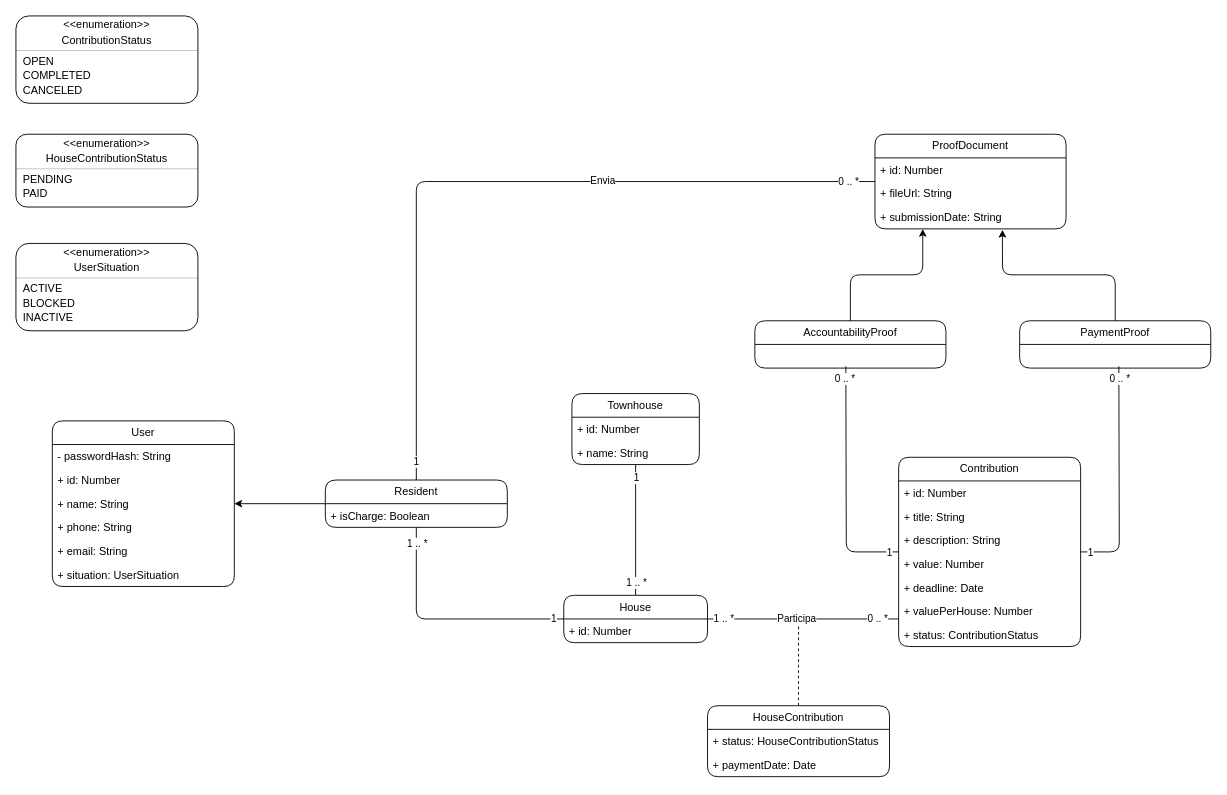
Above: docs/diagrama-de-classes.drawio in caiqueduart/project-tangerine (draw.io), before the change. Source tidied: cells renumbered, new cells numbered last; positions are measured from the earlier drawing's top-left corner, leaving out a move shared by most shapes. Both pictures are drawn from the tidied source at 91%, with x=0, y=0 at pixel (15, 15).
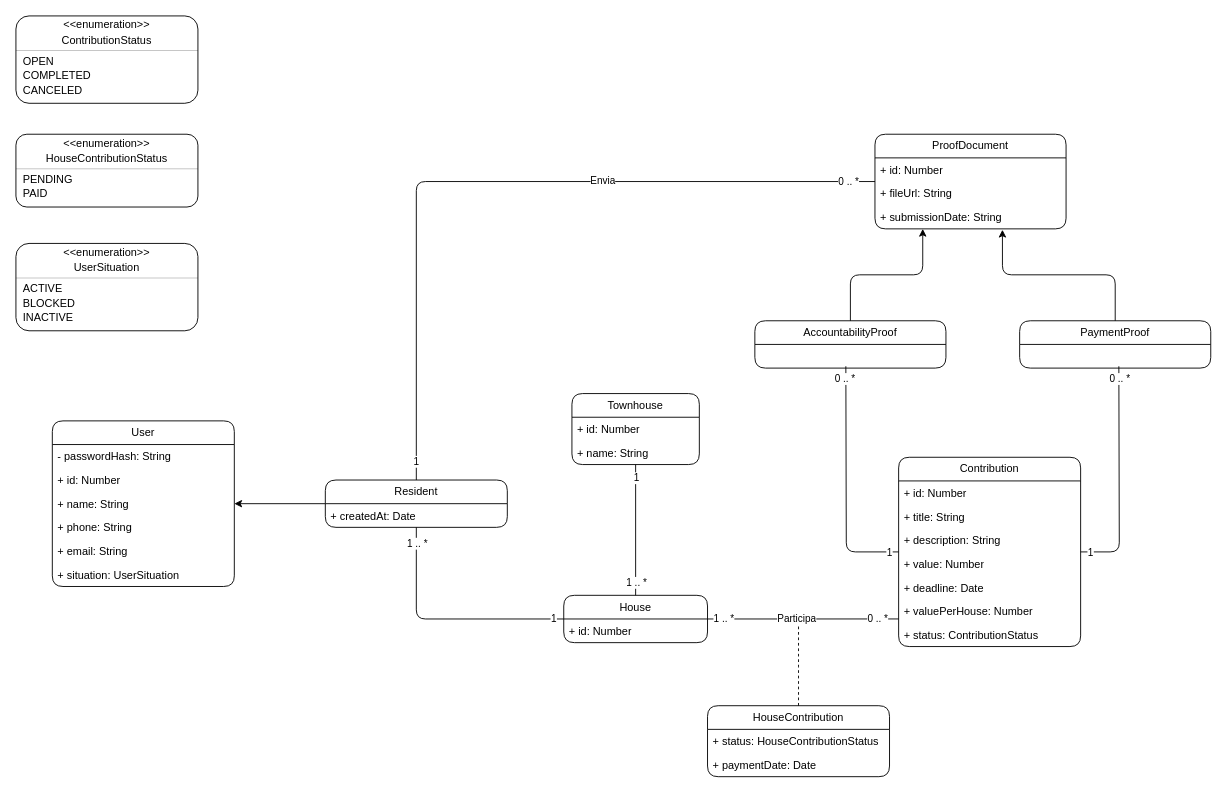
After the change.

Unchanged cells that the change refers to:
```xml
<mxCell id="21" value="Resident" style="swimlane;fontStyle=0;horizontal=1;startSize=26;fillColor=none;whiteSpace=wrap;html=1;rounded=1;" parent="1" vertex="1">
  <mxGeometry x="340" y="510" width="200" height="52" as="geometry" />
</mxCell>
```

What changed in the source:
```diff
@@
-    <mxCell id="22" value="+ isCharge: Boolean" style="text;strokeColor=none;fillColor=none;align=left;verticalAlign=top;spacingLeft=4;spacingRight=4;overflow=hidden;whiteSpace=wrap;html=1;rounded=1;" parent="21" vertex="1">
+    <mxCell id="22" value="+ createdAt: Date" style="text;strokeColor=none;fillColor=none;align=left;verticalAlign=top;spacingLeft=4;spacingRight=4;overflow=hidden;whiteSpace=wrap;html=1;rounded=1;" parent="21" vertex="1">
       <mxGeometry y="26" width="200" height="26" as="geometry" />
     </mxCell>
```
